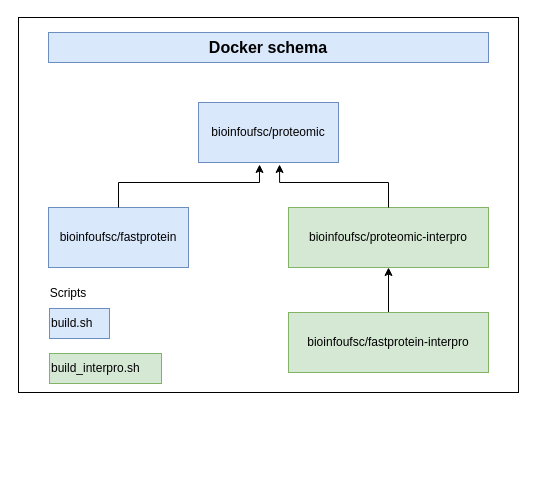
This is .img/docker-schema.drawio from bioinformatics-ufsc/FastProtein, a draw.io file, before an edit. Source tidied: cells renumbered, new cells numbered last; positions are measured from the earlier drawing's top-left corner, leaving out a move shared by most shapes. Both pictures are drawn from the tidied source at 100%, with x=0, y=0 at pixel (18, 17).
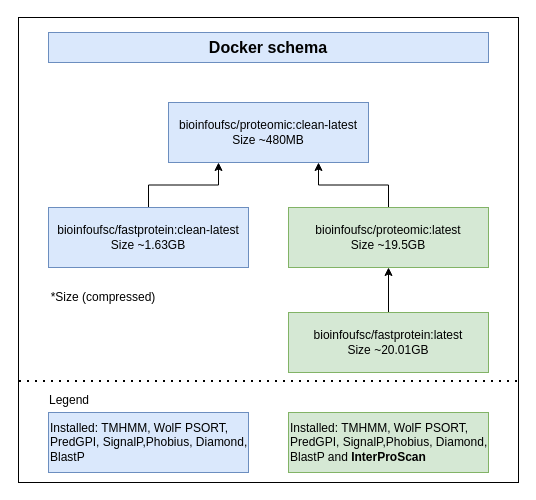
Above is the later version.

Diff of the diagram source:
```diff
@@
 <mxGraphModel>
   <root>
     <mxCell id="0" />
     <mxCell id="1" parent="0" />
     <mxCell id="2" style="rounded=0;whiteSpace=wrap;html=1;" parent="1" vertex="1">
-      <mxGeometry width="500" height="375" as="geometry" />
+      <mxGeometry width="500" height="465" as="geometry" />
     </mxCell>
-    <mxCell id="3" value="bioinfoufsc/proteomic" style="rounded=0;whiteSpace=wrap;html=1;fillColor=#dae8fc;strokeColor=#6c8ebf;" parent="1" vertex="1">
-      <mxGeometry x="180" y="85" width="140" height="60" as="geometry" />
+    <mxCell id="3" value="bioinfoufsc/proteomic:clean-latest&lt;div&gt;Size ~480MB&lt;br&gt;&lt;/div&gt;" style="rounded=0;whiteSpace=wrap;html=1;fillColor=#dae8fc;strokeColor=#6c8ebf;" parent="1" vertex="1">
+      <mxGeometry x="150" y="85" width="200" height="60" as="geometry" />
     </mxCell>
+    <mxCell id="9" style="edgeStyle=orthogonalEdgeStyle;rounded=0;jettySize=auto;html=1;entryX=0.75;entryY=1;entryDx=0;entryDy=0;" parent="1" edge="1" source="4" target="3">
+      <mxGeometry relative="1" as="geometry" />
+    </mxCell>
-    <mxCell id="4" value="bioinfoufsc/proteomic-interpro" style="rounded=0;whiteSpace=wrap;html=1;fillColor=#d5e8d4;strokeColor=#82b366;" parent="1" vertex="1">
+    <mxCell id="4" value="bioinfoufsc/proteomic:latest&lt;br&gt;Size ~19.5GB" style="rounded=0;whiteSpace=wrap;html=1;fillColor=#d5e8d4;strokeColor=#82b366;" parent="1" vertex="1">
       <mxGeometry x="270" y="190" width="200" height="60" as="geometry" />
     </mxCell>
+    <mxCell id="8" style="edgeStyle=orthogonalEdgeStyle;rounded=0;jettySize=auto;html=1;entryX=0.25;entryY=1;entryDx=0;entryDy=0;" parent="1" edge="1" source="5" target="3">
+      <mxGeometry relative="1" as="geometry" />
+    </mxCell>
-    <mxCell id="5" value="bioinfoufsc/fastprotein" style="rounded=0;whiteSpace=wrap;html=1;fillColor=#dae8fc;strokeColor=#6c8ebf;" parent="1" vertex="1">
-      <mxGeometry x="30" y="190" width="140" height="60" as="geometry" />
+    <mxCell id="5" value="&lt;div&gt;bioinfoufsc/fastprotein:clean-latest&lt;/div&gt;&lt;div&gt;Size ~1.63GB&lt;br&gt;&lt;/div&gt;" style="rounded=0;whiteSpace=wrap;html=1;fillColor=#dae8fc;strokeColor=#6c8ebf;" parent="1" vertex="1">
+      <mxGeometry x="30" y="190" width="200" height="60" as="geometry" />
     </mxCell>
     <mxCell id="6" style="edgeStyle=orthogonalEdgeStyle;rounded=0;jettySize=auto;html=1;exitX=0.5;exitY=0;exitDx=0;exitDy=0;entryX=0.5;entryY=1;entryDx=0;entryDy=0;" parent="1" edge="1" source="7" target="4">
       <mxGeometry relative="1" as="geometry" />
     </mxCell>
-    <mxCell id="7" value="bioinfoufsc/fastprotein-interpro" style="rounded=0;whiteSpace=wrap;html=1;fillColor=#d5e8d4;strokeColor=#82b366;" parent="1" vertex="1">
+    <mxCell id="7" value="&lt;div&gt;bioinfoufsc/fastprotein:latest&lt;/div&gt;&lt;div&gt;Size ~20.01GB&lt;br&gt;&lt;/div&gt;" style="rounded=0;whiteSpace=wrap;html=1;fillColor=#d5e8d4;strokeColor=#82b366;" parent="1" vertex="1">
       <mxGeometry x="270" y="295" width="200" height="60" as="geometry" />
     </mxCell>
-    <mxCell id="8" style="edgeStyle=orthogonalEdgeStyle;rounded=0;jettySize=auto;html=1;entryX=0.436;entryY=1.033;entryDx=0;entryDy=0;entryPerimeter=0;" parent="1" edge="1" source="5" target="3">
-      <mxGeometry relative="1" as="geometry">
-        <Array as="points">
-          <mxPoint x="100" y="165" />
-          <mxPoint x="241" y="165" />
-        </Array>
-      </mxGeometry>
-    </mxCell>
-    <mxCell id="9" style="edgeStyle=orthogonalEdgeStyle;rounded=0;jettySize=auto;html=1;entryX=0.579;entryY=1.033;entryDx=0;entryDy=0;entryPerimeter=0;" parent="1" edge="1" source="4" target="3">
-      <mxGeometry relative="1" as="geometry">
-        <Array as="points">
-          <mxPoint x="370" y="165" />
-          <mxPoint x="261" y="165" />
-        </Array>
-      </mxGeometry>
-    </mxCell>
     <mxCell id="10" value="Docker schema" style="text;html=1;align=center;verticalAlign=middle;whiteSpace=wrap;rounded=0;fillColor=#dae8fc;strokeColor=#6c8ebf;fontSize=16;fontStyle=1;" parent="1" vertex="1">
       <mxGeometry x="30" y="15" width="440" height="30" as="geometry" />
     </mxCell>
-    <mxCell id="11" value="build.sh" style="text;html=1;align=left;verticalAlign=middle;whiteSpace=wrap;rounded=0;fillColor=#dae8fc;strokeColor=#6c8ebf;" parent="1" vertex="1">
-      <mxGeometry x="31" y="291" width="60" height="30" as="geometry" />
+    <mxCell id="11" value="Installed: TMHMM, WolF PSORT, PredGPI, SignalP,Phobius, Diamond, BlastP" style="text;html=1;align=left;verticalAlign=middle;whiteSpace=wrap;rounded=0;fillColor=#dae8fc;strokeColor=#6c8ebf;" parent="1" vertex="1">
+      <mxGeometry x="30" y="395" width="200" height="60" as="geometry" />
     </mxCell>
-    <mxCell id="12" value="build_interpro.sh" style="text;html=1;align=left;verticalAlign=middle;whiteSpace=wrap;rounded=0;fillColor=#d5e8d4;strokeColor=#82b366;" parent="1" vertex="1">
-      <mxGeometry x="31" y="336" width="112" height="30" as="geometry" />
+    <mxCell id="12" value="Installed: TMHMM, WolF PSORT, PredGPI, SignalP,Phobius, Diamond, BlastP and &lt;b&gt;InterProScan&lt;/b&gt;" style="text;html=1;align=left;verticalAlign=middle;whiteSpace=wrap;rounded=0;fillColor=#d5e8d4;strokeColor=#82b366;" parent="1" vertex="1">
+      <mxGeometry x="270" y="395" width="200" height="60" as="geometry" />
     </mxCell>
-    <mxCell id="13" value="Scripts" style="text;html=1;align=center;verticalAlign=middle;whiteSpace=wrap;rounded=0;" parent="1" vertex="1">
-      <mxGeometry x="20" y="261" width="60" height="30" as="geometry" />
-    </mxCell>
+    <mxCell id="14" style="endArrow=none;dashed=1;html=1;dashPattern=1 3;strokeWidth=2;rounded=0;exitX=0.997;exitY=0.827;exitDx=0;exitDy=0;exitPerimeter=0;entryX=0;entryY=0.827;entryDx=0;entryDy=0;entryPerimeter=0;" parent="1" edge="1">
+      <mxGeometry relative="1" as="geometry">
+        <mxPoint x="498.5" y="363.6" as="sourcePoint" />
+        <mxPoint y="363.6" as="targetPoint" />
+      </mxGeometry>
+    </mxCell>
+    <mxCell id="15" value="Legend" style="text;html=1;align=center;verticalAlign=middle;whiteSpace=wrap;rounded=0;" parent="1" vertex="1">
+      <mxGeometry x="21" y="368" width="60" height="30" as="geometry" />
+    </mxCell>
+    <mxCell id="16" value="*Size (compressed)" style="text;html=1;align=center;verticalAlign=middle;whiteSpace=wrap;rounded=0;" parent="1" vertex="1">
+      <mxGeometry x="30" y="265" width="110" height="30" as="geometry" />
+    </mxCell>
   </root>
 </mxGraphModel>
```
